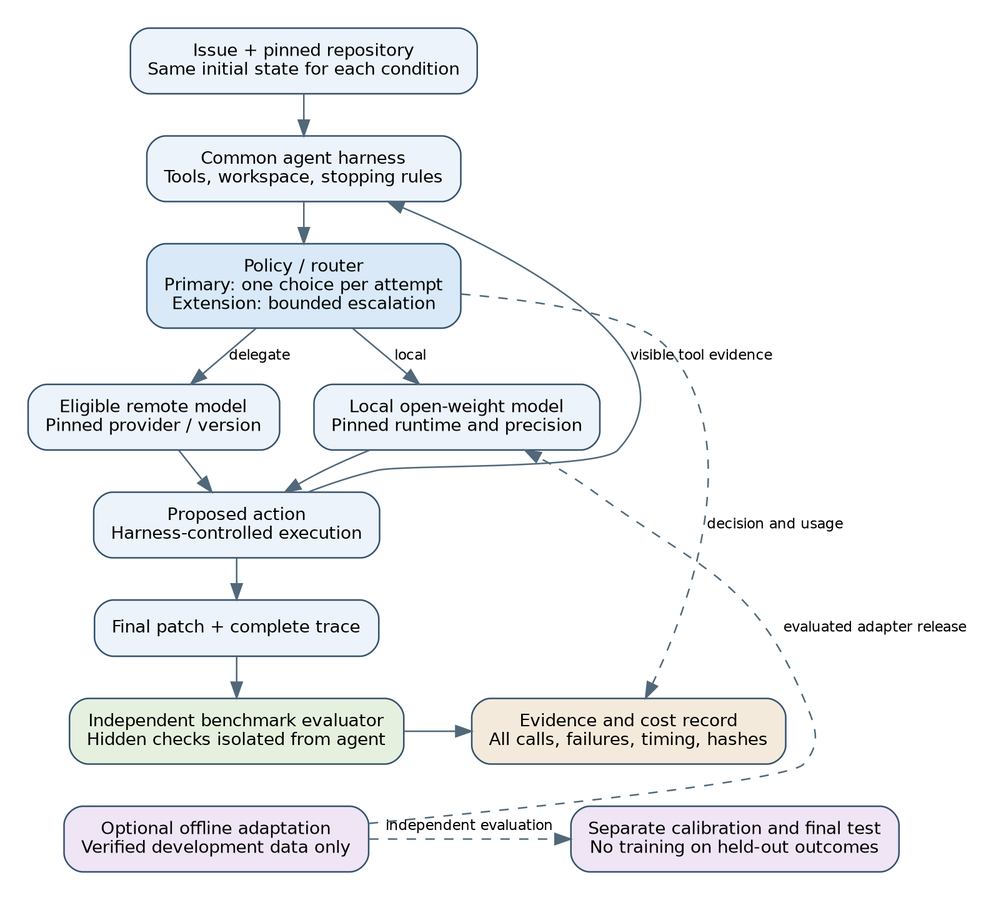
Before: docs/thesis/figures/architecture.png, a diagram exported from Graphviz (tenet-diver/TTGL). Its source is kept beside it as docs/thesis/figures/architecture.dot.
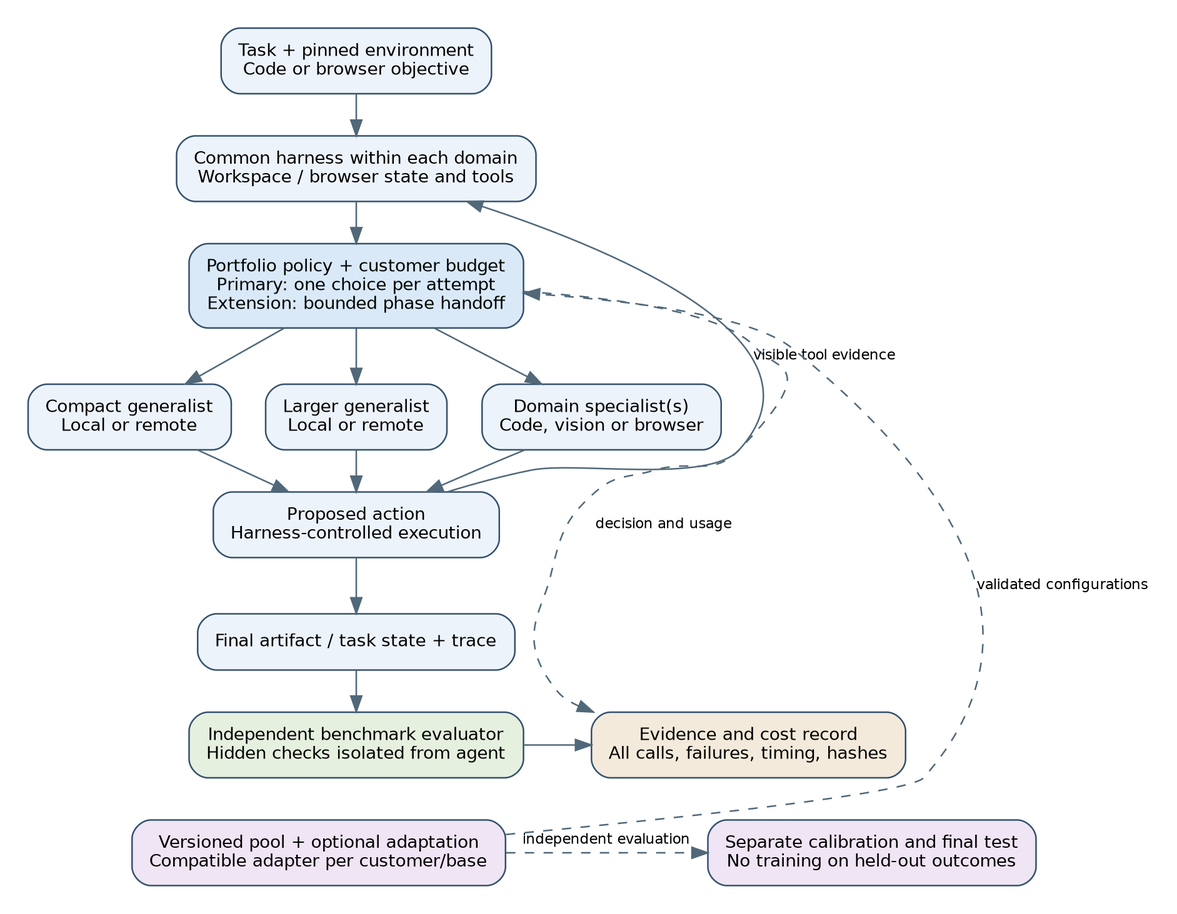
The same file after the commit.

Diff of the diagram source:
```diff
@@ -2,30 +2,33 @@
   graph [rankdir=TB, bgcolor="white", pad="0.25", nodesep="0.30", ranksep="0.35", fontname="DejaVu Sans"];
   node [shape=box, style="rounded,filled", fillcolor="#edf3fa", color="#34516e", fontname="DejaVu Sans", fontsize=11, margin="0.15,0.12"];
   edge [color="#506879", fontname="DejaVu Sans", fontsize=9];
-  issue [label="Issue + pinned repository\nSame initial state for each condition"];
-  harness [label="Common agent harness\nTools, workspace, stopping rules"];
-  router [label="Policy / router\nPrimary: one choice per attempt\nExtension: bounded escalation", fillcolor="#d9e9f8"];
-  local [label="Local open-weight model\nPinned runtime and precision"];
-  remote [label="Eligible remote model\nPinned provider / version"];
+  issue [label="Task + pinned environment\nCode or browser objective"];
+  harness [label="Common harness within each domain\nWorkspace / browser state and tools"];
+  router [label="Portfolio policy + customer budget\nPrimary: one choice per attempt\nExtension: bounded phase handoff", fillcolor="#d9e9f8"];
+  local [label="Compact generalist\nLocal or remote"];
+  remote [label="Larger generalist\nLocal or remote"];
+  specialist [label="Domain specialist(s)\nCode, vision or browser"];
   action [label="Proposed action\nHarness-controlled execution"];
-  patch [label="Final patch + complete trace"];
+  patch [label="Final artifact / task state + trace"];
   grader [label="Independent benchmark evaluator\nHidden checks isolated from agent", fillcolor="#e6f0df"];
   records [label="Evidence and cost record\nAll calls, failures, timing, hashes", fillcolor="#f3eadb"];
-  train [label="Optional offline adaptation\nVerified development data only", fillcolor="#efe5f4"];
+  train [label="Versioned pool + optional adaptation\nCompatible adapter per customer/base", fillcolor="#efe5f4"];
   holdout [label="Separate calibration and final test\nNo training on held-out outcomes", fillcolor="#efe5f4"];
-  {rank=same; local; remote;}
+  {rank=same; local; remote; specialist;}
   {rank=same; records; grader;}
   {rank=same; train; holdout;}
   issue -> harness -> router;
-  router -> local [label="local"];
-  router -> remote [label="delegate"];
+  router -> local;
+  router -> remote;
+  router -> specialist;
   local -> action;
   remote -> action;
+  specialist -> action;
   action -> harness [label="visible tool evidence", constraint=false];
   action -> patch -> grader;
   grader -> records;
   router -> records [style=dashed, label="decision and usage", constraint=false];
-  train -> local [style=dashed, label="evaluated adapter release", constraint=false];
+  train -> router [style=dashed, label="validated configurations", constraint=false];
   train -> holdout [style=dashed, label="independent evaluation"];
   records -> train [style=invis];
   grader -> holdout [style=invis];
```
